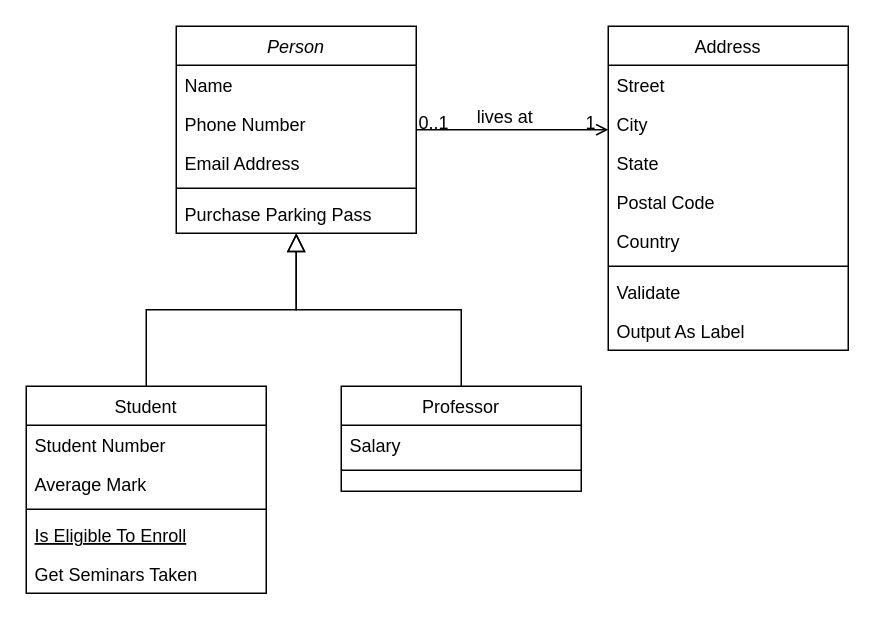
Before: 未命名绘图.drawio in 791620110/A-drawio, a draw.io diagram. Source tidied: cells renumbered, new cells numbered last; positions are measured from the earlier drawing's top-left corner, leaving out a move shared by most shapes. Both pictures are drawn from the tidied source at 150%, with x=0, y=0 at pixel (26, 26).
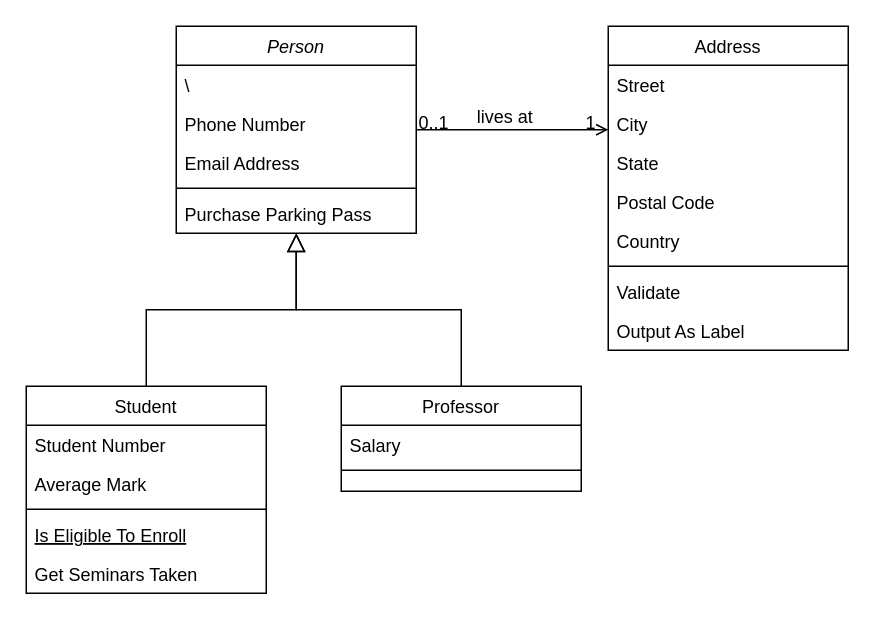
The same page after the edit.

Commit message:
更新未命名绘图.drawio

Unchanged cells that the change refers to:
```xml
<mxCell id="2" value="Person" style="swimlane;fontStyle=2;align=center;verticalAlign=top;horizontal=1;startSize=26;rounded=0;shadow=0;strokeWidth=1;" parent="1" vertex="1">
  <mxGeometry x="100" width="160" height="138" as="geometry" />
</mxCell>
```

Diff of the diagram source:
```diff
@@
-    <mxCell id="3" value="Name" style="text;align=left;verticalAlign=top;spacingLeft=4;spacingRight=4;overflow=hidden;" parent="2" vertex="1">
+    <mxCell id="3" value="\" style="text;align=left;verticalAlign=top;spacingLeft=4;spacingRight=4;overflow=hidden;" parent="2" vertex="1">
       <mxGeometry y="26" width="160" height="26" as="geometry" />
     </mxCell>
```
